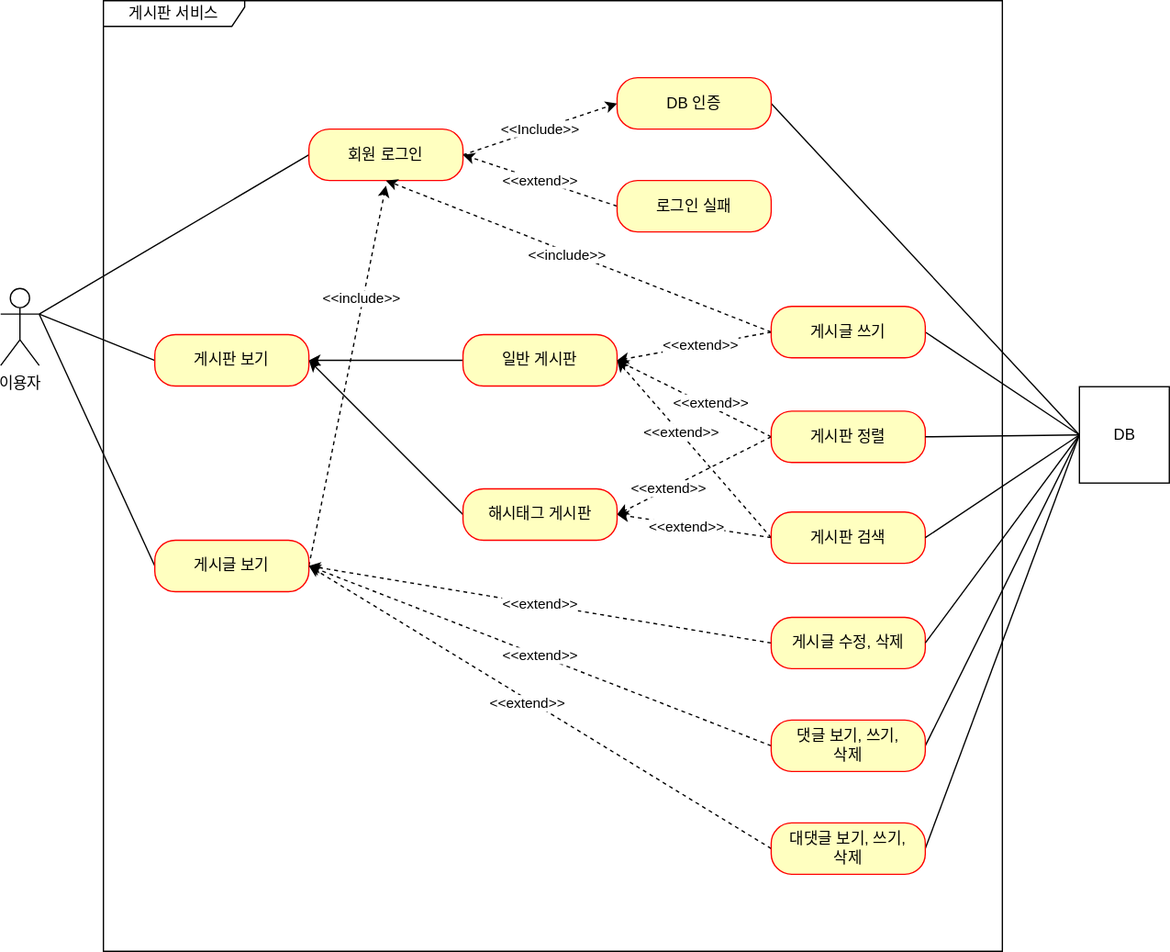
This is document/use-case.svg from nooose/board, a draw.io export, as it was before one commit. Source tidied: cells renumbered, new cells last; positions are measured from the earlier drawing's top-left corner, leaving out a move shared by most shapes.
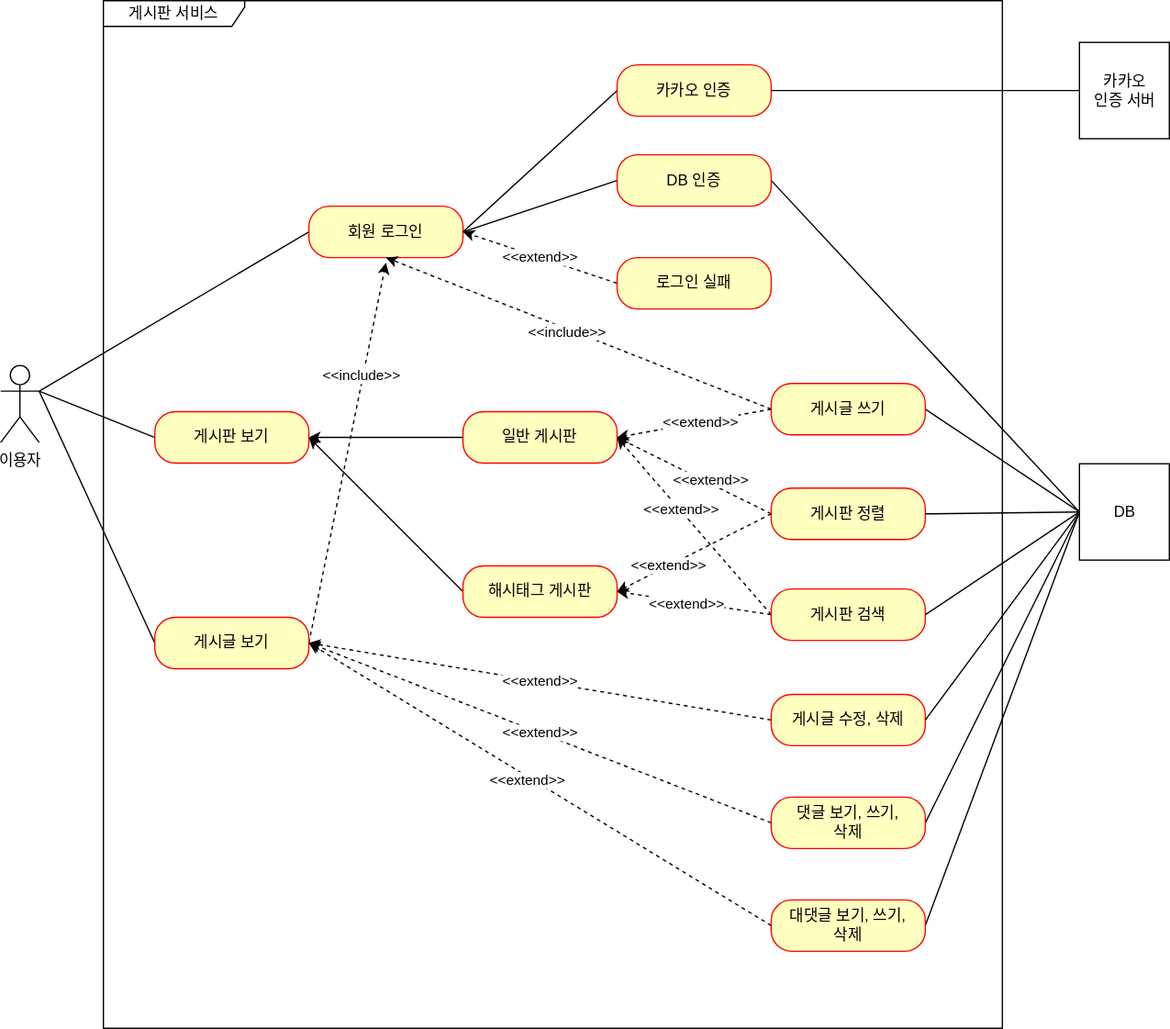
After the commit.

Commit message:
#44 - user-case.svg: 카카오 인증 유즈 케이스 추가

What changed in the source:
```diff
@@ -6,7 +6,7 @@
       <mxGeometry y="224" width="30" height="60" as="geometry" />
     </mxCell>
     <mxCell id="3" value="게시판 서비스" style="shape=umlFrame;whiteSpace=wrap;html=1;width=110;height=20;" parent="1" vertex="1">
-      <mxGeometry x="80" width="700" height="740" as="geometry" />
+      <mxGeometry x="80" y="-60" width="700" height="800" as="geometry" />
     </mxCell>
     <mxCell id="4" style="rounded=0;jettySize=auto;html=1;exitX=0;exitY=0.5;exitDx=0;exitDy=0;entryX=1;entryY=0.5;entryDx=0;entryDy=0;" parent="1" edge="1" source="5" target="7">
       <mxGeometry relative="1" as="geometry" />
@@ -41,15 +41,15 @@
         <mxPoint x="30" y="244" as="targetPoint" />
       </mxGeometry>
     </mxCell>
-    <mxCell id="13" value="&amp;lt;&amp;lt;Include&amp;gt;&amp;gt;" style="rounded=0;jettySize=auto;html=1;exitX=1;exitY=0.5;exitDx=0;exitDy=0;entryX=0;entryY=0.5;entryDx=0;entryDy=0;dashed=1;" parent="1" edge="1" source="14" target="16">
-      <mxGeometry relative="1" as="geometry" />
-    </mxCell>
     <mxCell id="14" value="회원 로그인" style="rounded=1;whiteSpace=wrap;html=1;arcSize=40;fontColor=#000000;fillColor=#ffffc0;strokeColor=#ff0000;" parent="1" vertex="1">
       <mxGeometry x="240" y="100" width="120" height="40" as="geometry" />
     </mxCell>
     <mxCell id="15" style="edgeStyle=none;rounded=0;jettySize=auto;html=1;exitX=1;exitY=0.5;exitDx=0;exitDy=0;entryX=0;entryY=0.5;entryDx=0;entryDy=0;endArrow=none;endFill=0;" parent="1" edge="1" source="16" target="39">
       <mxGeometry relative="1" as="geometry" />
     </mxCell>
+    <mxCell id="52" style="edgeStyle=none;rounded=0;jettySize=auto;html=1;exitX=0;exitY=0.5;exitDx=0;exitDy=0;entryX=1;entryY=0.5;entryDx=0;entryDy=0;endArrow=none;endFill=0;" parent="1" edge="1" source="16" target="14">
+      <mxGeometry relative="1" as="geometry" />
+    </mxCell>
     <mxCell id="16" value="DB 인증" style="rounded=1;whiteSpace=wrap;html=1;arcSize=40;fontColor=#000000;fillColor=#ffffc0;strokeColor=#ff0000;" parent="1" vertex="1">
       <mxGeometry x="480" y="60" width="120" height="40" as="geometry" />
     </mxCell>
@@ -162,5 +162,17 @@
     <mxCell id="51" value="대댓글 보기, 쓰기,&lt;br&gt;삭제" style="rounded=1;whiteSpace=wrap;html=1;arcSize=40;fontColor=#000000;fillColor=#ffffc0;strokeColor=#ff0000;" parent="1" vertex="1">
       <mxGeometry x="600" y="640" width="120" height="40" as="geometry" />
     </mxCell>
+    <mxCell id="53" style="rounded=0;jettySize=auto;html=1;exitX=0;exitY=0.5;exitDx=0;exitDy=0;entryX=1;entryY=0.5;entryDx=0;entryDy=0;endArrow=none;endFill=0;" parent="1" edge="1" source="54" target="14">
+      <mxGeometry relative="1" as="geometry" />
+    </mxCell>
+    <mxCell id="54" value="카카오 인증" style="rounded=1;whiteSpace=wrap;html=1;arcSize=40;fontColor=#000000;fillColor=#ffffc0;strokeColor=#ff0000;" parent="1" vertex="1">
+      <mxGeometry x="480" y="-10" width="120" height="40" as="geometry" />
+    </mxCell>
+    <mxCell id="55" style="edgeStyle=orthogonalEdgeStyle;rounded=0;jettySize=auto;html=1;entryX=1;entryY=0.5;entryDx=0;entryDy=0;endArrow=none;endFill=0;" parent="1" edge="1" source="56" target="54">
+      <mxGeometry relative="1" as="geometry" />
+    </mxCell>
+    <mxCell id="56" value="카카오&lt;br&gt;인증 서버" style="html=1;" parent="1" vertex="1">
+      <mxGeometry x="840" y="-27.5" width="70" height="75" as="geometry" />
+    </mxCell>
   </root>
 </mxGraphModel>
```
